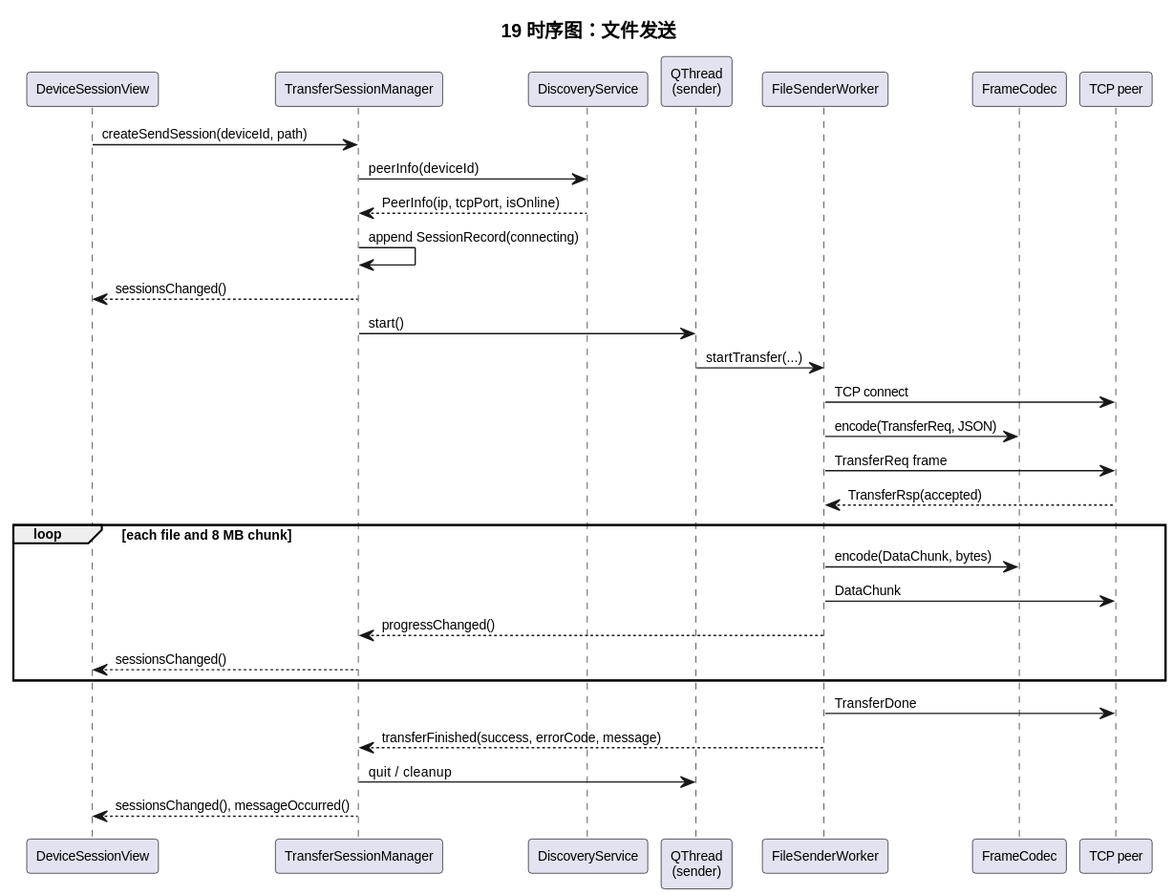
Before: doc/diagrams/rendered/19-时序图-文件发送.svg, a diagram exported from PlantUML (Gsheep0729/GridYard).
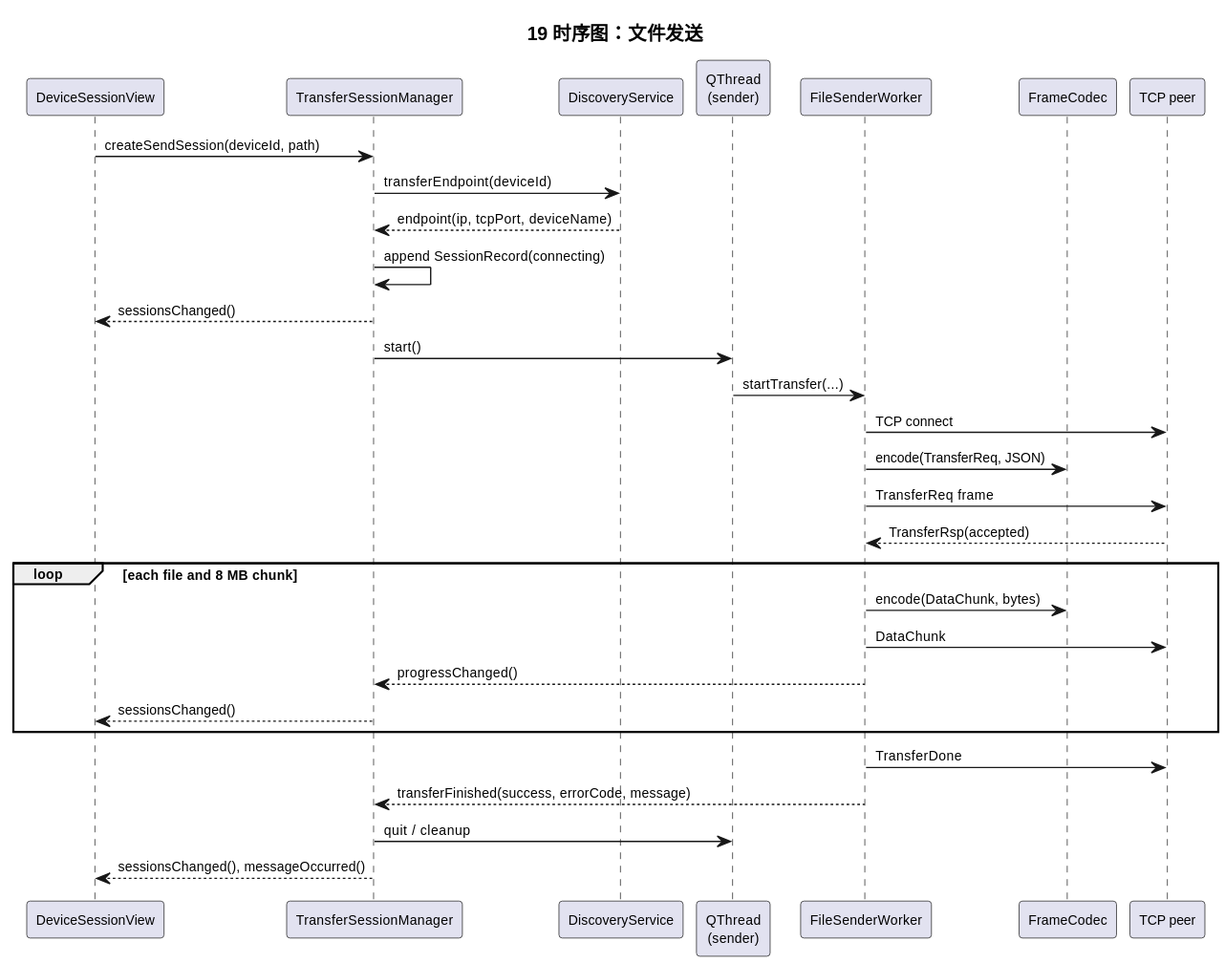
Later version of the same file.

What changed in the source:
```diff
@@ -11,8 +11,8 @@
 participant "TCP peer" as Peer
 
 Qml -> Tsm : createSendSession(deviceId, path)
-Tsm -> Discovery : peerInfo(deviceId)
-Discovery --> Tsm : PeerInfo(ip, tcpPort, isOnline)
+Tsm -> Discovery : transferEndpoint(deviceId)
+Discovery --> Tsm : endpoint(ip, tcpPort, deviceName)
 Tsm -> Tsm : append SessionRecord(connecting)
 Tsm --> Qml : sessionsChanged()
 Tsm -> Thread : start()
```
